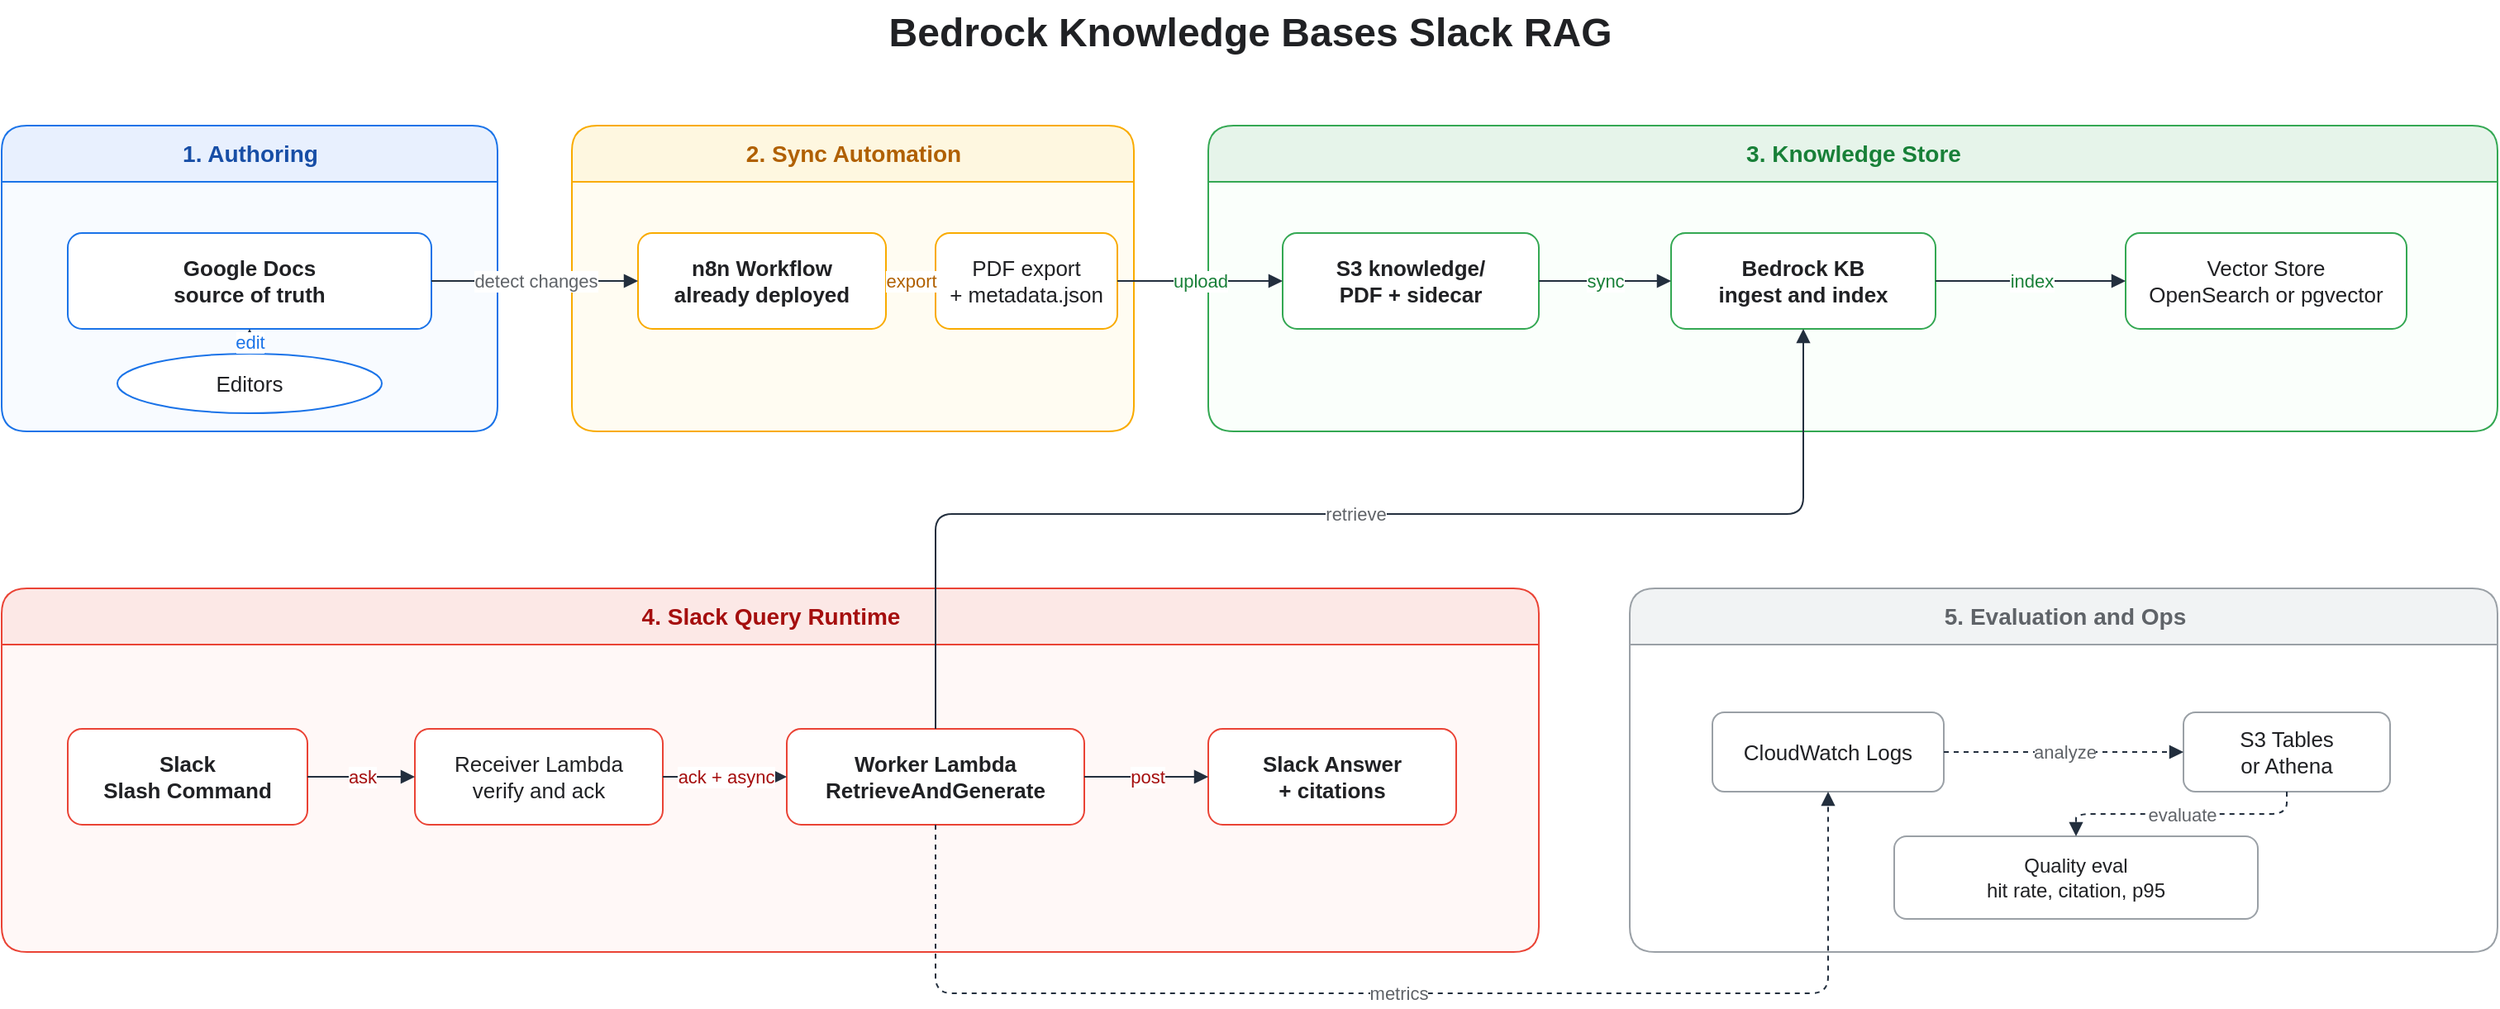
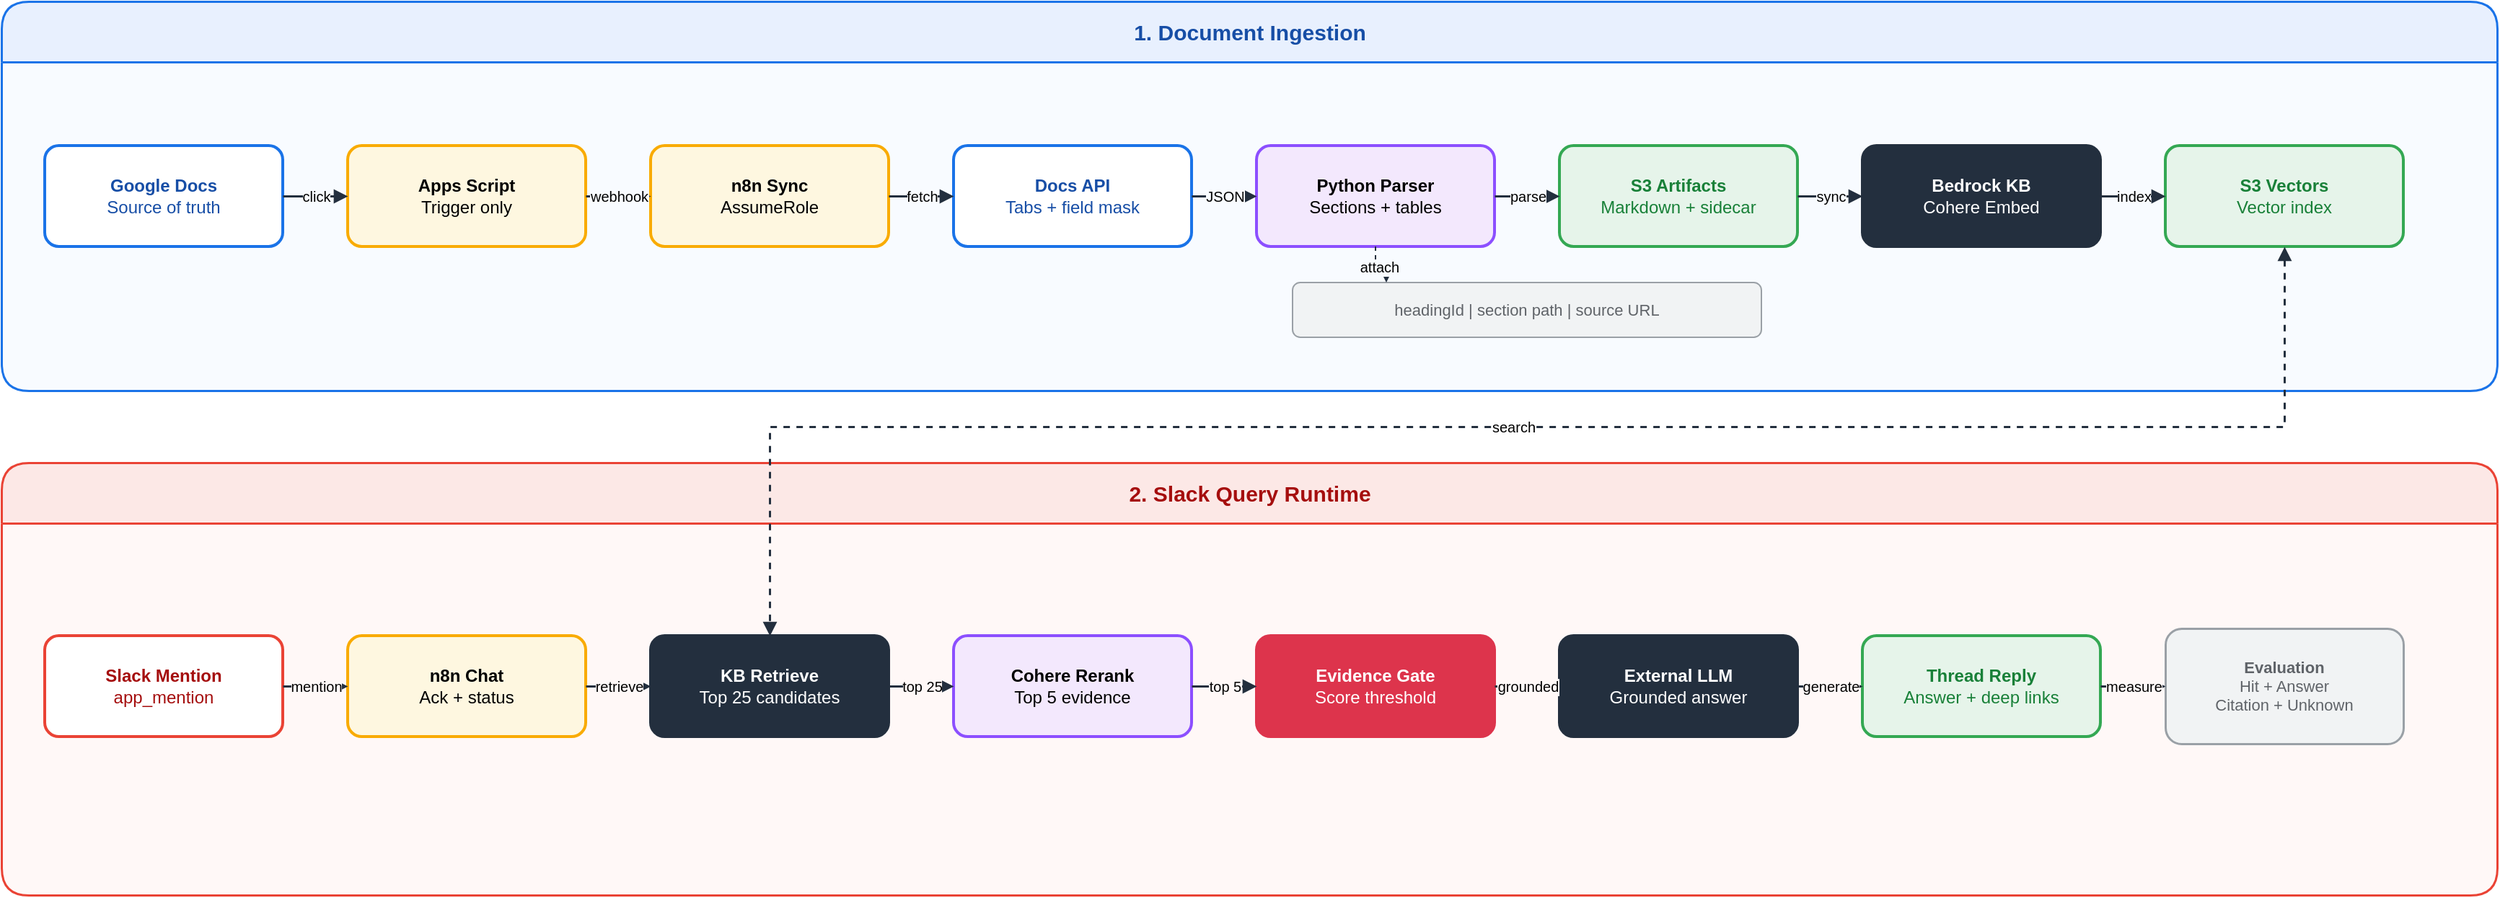
<mxfile host="app.diagrams.net">
  <diagram id="bedrock-slack-rag" name="Bedrock Slack RAG Architecture">
-     <mxGraphModel dx="1600" dy="760" grid="0" gridSize="10" guides="1" tooltips="1" connect="1" arrows="1" fold="1" page="1" pageScale="1" pageWidth="1600" pageHeight="760" math="0" shadow="0">
+     <mxGraphModel dx="1800" dy="730" grid="0" gridSize="10" guides="1" tooltips="1" connect="1" arrows="1" fold="1" page="1" pageScale="1" pageWidth="1800" pageHeight="730" math="0" shadow="0">
      <root>
        <mxCell id="0" />
        <mxCell id="1" parent="0" />
-         <mxCell id="title" value="Bedrock Knowledge Bases Slack RAG" style="text;html=1;strokeColor=none;fillColor=none;fontSize=24;fontStyle=1;fontColor=#202124;align=center;verticalAlign=middle;" vertex="1" parent="1">
-           <mxGeometry x="455" y="24" width="690" height="40" as="geometry" />
+         <mxCell id="ingestion-lane" value="&lt;font style=&quot;color: rgb(23, 78, 166);&quot;&gt;1. Document Ingestion&lt;/font&gt;" style="swimlane;html=1;rounded=1;startSize=42;fillColor=#E8F0FE;swimlaneFillColor=#F8FBFF;strokeColor=#1A73E8;strokeWidth=1.5;fontSize=15;fontStyle=1;fontColor=#174EA6;shadow=0;" vertex="1" parent="1">
+           <mxGeometry x="35" y="30" width="1730" height="270" as="geometry" />
        </mxCell>
-         <mxCell id="authoring" value="1. Authoring" style="swimlane;html=1;rounded=1;startSize=34;fillColor=#E8F0FE;swimlaneFillColor=#F8FBFF;strokeColor=#1A73E8;fontSize=14;fontStyle=1;fontColor=#174EA6;" vertex="1" parent="1">
-           <mxGeometry x="45" y="100" width="300" height="185" as="geometry" />
+         <mxCell id="query-lane" value="&lt;font style=&quot;color: rgb(165, 14, 14);&quot;&gt;2. Slack Query Runtime&lt;/font&gt;" style="swimlane;html=1;rounded=1;startSize=42;fillColor=#FCE8E6;swimlaneFillColor=#FFF8F7;strokeColor=#EA4335;strokeWidth=1.5;fontSize=15;fontStyle=1;fontColor=#A50E0E;shadow=0;" vertex="1" parent="1">
+           <mxGeometry x="35" y="350" width="1730" height="300" as="geometry" />
        </mxCell>
-         <mxCell id="sync" value="2. Sync Automation" style="swimlane;html=1;rounded=1;startSize=34;fillColor=#FEF7E0;swimlaneFillColor=#FFFCF2;strokeColor=#F9AB00;fontSize=14;fontStyle=1;fontColor=#B06000;" vertex="1" parent="1">
-           <mxGeometry x="390" y="100" width="340" height="185" as="geometry" />
-         </mxCell>
-         <mxCell id="kbgroup" value="3. Knowledge Store" style="swimlane;html=1;rounded=1;startSize=34;fillColor=#E6F4EA;swimlaneFillColor=#FAFFFB;strokeColor=#34A853;fontSize=14;fontStyle=1;fontColor=#188038;" vertex="1" parent="1">
-           <mxGeometry x="775" y="100" width="780" height="185" as="geometry" />
-         </mxCell>
-         <mxCell id="runtime" value="4. Slack Query Runtime" style="swimlane;html=1;rounded=1;startSize=34;fillColor=#FCE8E6;swimlaneFillColor=#FFF8F7;strokeColor=#EA4335;fontSize=14;fontStyle=1;fontColor=#A50E0E;" vertex="1" parent="1">
-           <mxGeometry x="45" y="380" width="930" height="220" as="geometry" />
-         </mxCell>
-         <mxCell id="ops" value="5. Evaluation and Ops" style="swimlane;html=1;rounded=1;startSize=34;fillColor=#F1F3F4;swimlaneFillColor=#FFFFFF;strokeColor=#9AA0A6;fontSize=14;fontStyle=1;fontColor=#5F6368;" vertex="1" parent="1">
-           <mxGeometry x="1030" y="380" width="525" height="220" as="geometry" />
-         </mxCell>
-         <mxCell id="docs" value="Google Docs&lt;br&gt;source of truth" style="rounded=1;whiteSpace=wrap;html=1;fillColor=#FFFFFF;strokeColor=#1A73E8;fontSize=13;fontColor=#202124;fontStyle=1;" vertex="1" parent="1">
-           <mxGeometry x="85" y="165" width="220" height="58" as="geometry" />
-         </mxCell>
-         <mxCell id="editors" value="Editors" style="ellipse;whiteSpace=wrap;html=1;fillColor=#FFFFFF;strokeColor=#1A73E8;fontSize=13;fontColor=#202124;" vertex="1" parent="1">
-           <mxGeometry x="115" y="238" width="160" height="36" as="geometry" />
-         </mxCell>
-         <mxCell id="n8n" value="n8n Workflow&lt;br&gt;already deployed" style="rounded=1;whiteSpace=wrap;html=1;fillColor=#FFFFFF;strokeColor=#F9AB00;fontSize=13;fontColor=#202124;fontStyle=1;" vertex="1" parent="1">
-           <mxGeometry x="430" y="165" width="150" height="58" as="geometry" />
-         </mxCell>
-         <mxCell id="pdf" value="PDF export&lt;br&gt;+ metadata.json" style="rounded=1;whiteSpace=wrap;html=1;fillColor=#FFFFFF;strokeColor=#F9AB00;fontSize=13;fontColor=#202124;" vertex="1" parent="1">
-           <mxGeometry x="610" y="165" width="110" height="58" as="geometry" />
-         </mxCell>
-         <mxCell id="s3" value="S3 knowledge/&lt;br&gt;PDF + sidecar" style="rounded=1;whiteSpace=wrap;html=1;fillColor=#FFFFFF;strokeColor=#34A853;fontSize=13;fontColor=#202124;fontStyle=1;" vertex="1" parent="1">
-           <mxGeometry x="820" y="165" width="155" height="58" as="geometry" />
-         </mxCell>
-         <mxCell id="bedrock" value="Bedrock KB&lt;br&gt;ingest and index" style="rounded=1;whiteSpace=wrap;html=1;fillColor=#FFFFFF;strokeColor=#34A853;fontSize=13;fontColor=#202124;fontStyle=1;" vertex="1" parent="1">
-           <mxGeometry x="1055" y="165" width="160" height="58" as="geometry" />
-         </mxCell>
-         <mxCell id="vector" value="Vector Store&lt;br&gt;OpenSearch or pgvector" style="rounded=1;whiteSpace=wrap;html=1;fillColor=#FFFFFF;strokeColor=#34A853;fontSize=13;fontColor=#202124;" vertex="1" parent="1">
-           <mxGeometry x="1330" y="165" width="170" height="58" as="geometry" />
-         </mxCell>
-         <mxCell id="slack_req" value="Slack&lt;br&gt;Slash Command" style="rounded=1;whiteSpace=wrap;html=1;fillColor=#FFFFFF;strokeColor=#EA4335;fontSize=13;fontColor=#202124;fontStyle=1;" vertex="1" parent="1">
-           <mxGeometry x="85" y="465" width="145" height="58" as="geometry" />
-         </mxCell>
-         <mxCell id="receiver" value="Receiver Lambda&lt;br&gt;verify and ack" style="rounded=1;whiteSpace=wrap;html=1;fillColor=#FFFFFF;strokeColor=#EA4335;fontSize=13;fontColor=#202124;" vertex="1" parent="1">
-           <mxGeometry x="295" y="465" width="150" height="58" as="geometry" />
-         </mxCell>
-         <mxCell id="worker" value="Worker Lambda&lt;br&gt;RetrieveAndGenerate" style="rounded=1;whiteSpace=wrap;html=1;fillColor=#FFFFFF;strokeColor=#EA4335;fontSize=13;fontColor=#202124;fontStyle=1;" vertex="1" parent="1">
-           <mxGeometry x="520" y="465" width="180" height="58" as="geometry" />
-         </mxCell>
-         <mxCell id="slack_answer" value="Slack Answer&lt;br&gt;+ citations" style="rounded=1;whiteSpace=wrap;html=1;fillColor=#FFFFFF;strokeColor=#EA4335;fontSize=13;fontColor=#202124;fontStyle=1;" vertex="1" parent="1">
-           <mxGeometry x="775" y="465" width="150" height="58" as="geometry" />
-         </mxCell>
-         <mxCell id="logs" value="CloudWatch Logs" style="rounded=1;whiteSpace=wrap;html=1;fillColor=#FFFFFF;strokeColor=#9AA0A6;fontSize=13;fontColor=#202124;" vertex="1" parent="1">
-           <mxGeometry x="1080" y="455" width="140" height="48" as="geometry" />
-         </mxCell>
-         <mxCell id="tables" value="S3 Tables&lt;br&gt;or Athena" style="rounded=1;whiteSpace=wrap;html=1;fillColor=#FFFFFF;strokeColor=#9AA0A6;fontSize=13;fontColor=#202124;" vertex="1" parent="1">
-           <mxGeometry x="1365" y="455" width="125" height="48" as="geometry" />
-         </mxCell>
-         <mxCell id="eval" value="Quality eval&lt;br&gt;hit rate, citation, p95" style="rounded=1;whiteSpace=wrap;html=1;fillColor=#FFFFFF;strokeColor=#9AA0A6;fontSize=12;fontColor=#202124;" vertex="1" parent="1">
-           <mxGeometry x="1190" y="530" width="220" height="50" as="geometry" />
-         </mxCell>
-         <mxCell id="e1" value="edit" style="edgeStyle=orthogonalEdgeStyle;rounded=1;html=1;endArrow=block;strokeColor=#232F3E;fontColor=#1A73E8;fontSize=11;labelBackgroundColor=#FFFFFF;" edge="1" parent="1" source="editors" target="docs"><mxGeometry relative="1" as="geometry" /></mxCell>
-         <mxCell id="e2" value="detect changes" style="edgeStyle=orthogonalEdgeStyle;rounded=1;html=1;endArrow=block;strokeColor=#232F3E;fontColor=#5F6368;fontSize=11;labelBackgroundColor=#FFFFFF;" edge="1" parent="1" source="docs" target="n8n"><mxGeometry relative="1" as="geometry" /></mxCell>
-         <mxCell id="e3" value="export" style="edgeStyle=orthogonalEdgeStyle;rounded=1;html=1;endArrow=block;strokeColor=#232F3E;fontColor=#B06000;fontSize=11;labelBackgroundColor=#FFFFFF;" edge="1" parent="1" source="n8n" target="pdf"><mxGeometry relative="1" as="geometry" /></mxCell>
-         <mxCell id="e4" value="upload" style="edgeStyle=orthogonalEdgeStyle;rounded=1;html=1;endArrow=block;strokeColor=#232F3E;fontColor=#188038;fontSize=11;labelBackgroundColor=#FFFFFF;" edge="1" parent="1" source="pdf" target="s3"><mxGeometry relative="1" as="geometry" /></mxCell>
-         <mxCell id="e5" value="sync" style="edgeStyle=orthogonalEdgeStyle;rounded=1;html=1;endArrow=block;strokeColor=#232F3E;fontColor=#188038;fontSize=11;labelBackgroundColor=#FFFFFF;" edge="1" parent="1" source="s3" target="bedrock"><mxGeometry relative="1" as="geometry" /></mxCell>
-         <mxCell id="e6" value="index" style="edgeStyle=orthogonalEdgeStyle;rounded=1;html=1;endArrow=block;strokeColor=#232F3E;fontColor=#188038;fontSize=11;labelBackgroundColor=#FFFFFF;" edge="1" parent="1" source="bedrock" target="vector"><mxGeometry relative="1" as="geometry" /></mxCell>
-         <mxCell id="e7" value="ask" style="edgeStyle=orthogonalEdgeStyle;rounded=1;html=1;endArrow=block;strokeColor=#232F3E;fontColor=#A50E0E;fontSize=11;labelBackgroundColor=#FFFFFF;" edge="1" parent="1" source="slack_req" target="receiver"><mxGeometry relative="1" as="geometry" /></mxCell>
-         <mxCell id="e8" value="ack + async" style="edgeStyle=orthogonalEdgeStyle;rounded=1;html=1;endArrow=block;strokeColor=#232F3E;fontColor=#A50E0E;fontSize=11;labelBackgroundColor=#FFFFFF;" edge="1" parent="1" source="receiver" target="worker"><mxGeometry relative="1" as="geometry" /></mxCell>
-         <mxCell id="e9" value="retrieve" style="edgeStyle=orthogonalEdgeStyle;rounded=1;html=1;endArrow=block;strokeColor=#232F3E;fontColor=#5F6368;fontSize=11;labelBackgroundColor=#FFFFFF;" edge="1" parent="1" source="worker" target="bedrock"><mxGeometry relative="1" as="geometry"><Array as="points"><mxPoint x="610" y="335"/><mxPoint x="1135" y="335"/></Array></mxGeometry></mxCell>
-         <mxCell id="e10" value="post" style="edgeStyle=orthogonalEdgeStyle;rounded=1;html=1;endArrow=block;strokeColor=#232F3E;fontColor=#A50E0E;fontSize=11;labelBackgroundColor=#FFFFFF;" edge="1" parent="1" source="worker" target="slack_answer"><mxGeometry relative="1" as="geometry" /></mxCell>
-         <mxCell id="e11" value="metrics" style="edgeStyle=orthogonalEdgeStyle;rounded=1;html=1;endArrow=block;dashed=1;strokeColor=#232F3E;fontColor=#5F6368;fontSize=11;labelBackgroundColor=#FFFFFF;" edge="1" parent="1" source="worker" target="logs"><mxGeometry relative="1" as="geometry"><Array as="points"><mxPoint x="610" y="625"/><mxPoint x="1150" y="625"/></Array></mxGeometry></mxCell>
-         <mxCell id="e12" value="analyze" style="edgeStyle=orthogonalEdgeStyle;rounded=1;html=1;endArrow=block;dashed=1;strokeColor=#232F3E;fontColor=#5F6368;fontSize=11;labelBackgroundColor=#FFFFFF;" edge="1" parent="1" source="logs" target="tables"><mxGeometry relative="1" as="geometry" /></mxCell>
-         <mxCell id="e13" value="evaluate" style="edgeStyle=orthogonalEdgeStyle;rounded=1;html=1;endArrow=block;dashed=1;strokeColor=#232F3E;fontColor=#5F6368;fontSize=11;labelBackgroundColor=#FFFFFF;" edge="1" parent="1" source="tables" target="eval"><mxGeometry relative="1" as="geometry" /></mxCell>
+         <mxCell id="google-docs" value="&lt;font style=&quot;color: rgb(23, 78, 166);&quot;&gt;&lt;b&gt;Google Docs&lt;/b&gt;&lt;br&gt;Source of truth&lt;/font&gt;" style="rounded=1;arcSize=14;whiteSpace=wrap;html=1;fillColor=#FFFFFF;strokeColor=#1A73E8;strokeWidth=2;fontSize=12;fontColor=#174EA6;shadow=0;" vertex="1" parent="1"><mxGeometry x="65" y="130" width="165" height="70" as="geometry" /></mxCell>
+         <mxCell id="apps-script" value="&lt;font style=&quot;color: rgb(0, 0, 0);&quot;&gt;&lt;b&gt;Apps Script&lt;/b&gt;&lt;br&gt;Trigger only&lt;/font&gt;" style="rounded=1;arcSize=14;whiteSpace=wrap;html=1;fillColor=#FEF7E0;strokeColor=#F9AB00;strokeWidth=2;fontSize=12;fontColor=#000000;shadow=0;" vertex="1" parent="1"><mxGeometry x="275" y="130" width="165" height="70" as="geometry" /></mxCell>
+         <mxCell id="n8n-sync" value="&lt;font style=&quot;color: rgb(0, 0, 0);&quot;&gt;&lt;b&gt;n8n Sync&lt;/b&gt;&lt;br&gt;AssumeRole&lt;/font&gt;" style="rounded=1;arcSize=14;whiteSpace=wrap;html=1;fillColor=#FEF7E0;strokeColor=#F9AB00;strokeWidth=2;fontSize=12;fontColor=#000000;shadow=0;" vertex="1" parent="1"><mxGeometry x="485" y="130" width="165" height="70" as="geometry" /></mxCell>
+         <mxCell id="docs-api" value="&lt;font style=&quot;color: rgb(23, 78, 166);&quot;&gt;&lt;b&gt;Docs API&lt;/b&gt;&lt;br&gt;Tabs + field mask&lt;/font&gt;" style="rounded=1;arcSize=14;whiteSpace=wrap;html=1;fillColor=#FFFFFF;strokeColor=#1A73E8;strokeWidth=2;fontSize=12;fontColor=#174EA6;shadow=0;" vertex="1" parent="1"><mxGeometry x="695" y="130" width="165" height="70" as="geometry" /></mxCell>
+         <mxCell id="python-parser" value="&lt;font style=&quot;color: rgb(0, 0, 0);&quot;&gt;&lt;b&gt;Python Parser&lt;/b&gt;&lt;br&gt;Sections + tables&lt;/font&gt;" style="rounded=1;arcSize=14;whiteSpace=wrap;html=1;fillColor=#F3E8FD;strokeColor=#8C4FFF;strokeWidth=2;fontSize=12;fontColor=#000000;shadow=0;" vertex="1" parent="1"><mxGeometry x="905" y="130" width="165" height="70" as="geometry" /></mxCell>
+         <mxCell id="s3-artifacts" value="&lt;font style=&quot;color: rgb(24, 128, 56);&quot;&gt;&lt;b&gt;S3 Artifacts&lt;/b&gt;&lt;br&gt;Markdown + sidecar&lt;/font&gt;" style="rounded=1;arcSize=14;whiteSpace=wrap;html=1;fillColor=#E6F4EA;strokeColor=#34A853;strokeWidth=2;fontSize=12;fontColor=#188038;shadow=0;" vertex="1" parent="1"><mxGeometry x="1115" y="130" width="165" height="70" as="geometry" /></mxCell>
+         <mxCell id="bedrock-kb" value="&lt;font style=&quot;color: rgb(255, 255, 255);&quot;&gt;&lt;b&gt;Bedrock KB&lt;/b&gt;&lt;br&gt;Cohere Embed&lt;/font&gt;" style="rounded=1;arcSize=14;whiteSpace=wrap;html=1;fillColor=#232F3E;strokeColor=#232F3E;strokeWidth=2;fontSize=12;fontColor=#FFFFFF;shadow=0;" vertex="1" parent="1"><mxGeometry x="1325" y="130" width="165" height="70" as="geometry" /></mxCell>
+         <mxCell id="s3-vectors" value="&lt;font style=&quot;color: rgb(24, 128, 56);&quot;&gt;&lt;b&gt;S3 Vectors&lt;/b&gt;&lt;br&gt;Vector index&lt;/font&gt;" style="rounded=1;arcSize=14;whiteSpace=wrap;html=1;fillColor=#E6F4EA;strokeColor=#34A853;strokeWidth=2;fontSize=12;fontColor=#188038;shadow=0;" vertex="1" parent="1"><mxGeometry x="1535" y="130" width="165" height="70" as="geometry" /></mxCell>
+         <mxCell id="citation-metadata" value="&lt;font style=&quot;color: rgb(95, 99, 104);&quot;&gt;headingId | section path | source URL&lt;/font&gt;" style="rounded=1;arcSize=14;whiteSpace=wrap;html=1;fillColor=#F1F3F4;strokeColor=#9AA0A6;strokeWidth=1;fontSize=11;fontColor=#5F6368;shadow=0;" vertex="1" parent="1"><mxGeometry x="930" y="225" width="325" height="38" as="geometry" /></mxCell>
+         <mxCell id="slack-mention" value="&lt;font style=&quot;color: rgb(165, 14, 14);&quot;&gt;&lt;b&gt;Slack Mention&lt;/b&gt;&lt;br&gt;app_mention&lt;/font&gt;" style="rounded=1;arcSize=14;whiteSpace=wrap;html=1;fillColor=#FFFFFF;strokeColor=#EA4335;strokeWidth=2;fontSize=12;fontColor=#A50E0E;shadow=0;" vertex="1" parent="1"><mxGeometry x="65" y="470" width="165" height="70" as="geometry" /></mxCell>
+         <mxCell id="n8n-chat" value="&lt;font style=&quot;color: rgb(0, 0, 0);&quot;&gt;&lt;b&gt;n8n Chat&lt;/b&gt;&lt;br&gt;Ack + status&lt;/font&gt;" style="rounded=1;arcSize=14;whiteSpace=wrap;html=1;fillColor=#FEF7E0;strokeColor=#F9AB00;strokeWidth=2;fontSize=12;fontColor=#000000;shadow=0;" vertex="1" parent="1"><mxGeometry x="275" y="470" width="165" height="70" as="geometry" /></mxCell>
+         <mxCell id="kb-retrieve" value="&lt;font style=&quot;color: rgb(255, 255, 255);&quot;&gt;&lt;b&gt;KB Retrieve&lt;/b&gt;&lt;br&gt;Top 25 candidates&lt;/font&gt;" style="rounded=1;arcSize=14;whiteSpace=wrap;html=1;fillColor=#232F3E;strokeColor=#232F3E;strokeWidth=2;fontSize=12;fontColor=#FFFFFF;shadow=0;" vertex="1" parent="1"><mxGeometry x="485" y="470" width="165" height="70" as="geometry" /></mxCell>
+         <mxCell id="cohere-rerank" value="&lt;font style=&quot;color: rgb(0, 0, 0);&quot;&gt;&lt;b&gt;Cohere Rerank&lt;/b&gt;&lt;br&gt;Top 5 evidence&lt;/font&gt;" style="rounded=1;arcSize=14;whiteSpace=wrap;html=1;fillColor=#F3E8FD;strokeColor=#8C4FFF;strokeWidth=2;fontSize=12;fontColor=#000000;shadow=0;" vertex="1" parent="1"><mxGeometry x="695" y="470" width="165" height="70" as="geometry" /></mxCell>
+         <mxCell id="evidence-gate" value="&lt;font style=&quot;color: rgb(255, 255, 255);&quot;&gt;&lt;b&gt;Evidence Gate&lt;/b&gt;&lt;br&gt;Score threshold&lt;/font&gt;" style="rounded=1;arcSize=14;whiteSpace=wrap;html=1;fillColor=#DD344C;strokeColor=#DD344C;strokeWidth=2;fontSize=12;fontColor=#FFFFFF;shadow=0;" vertex="1" parent="1"><mxGeometry x="905" y="470" width="165" height="70" as="geometry" /></mxCell>
+         <mxCell id="external-llm" value="&lt;font style=&quot;color: rgb(255, 255, 255);&quot;&gt;&lt;b&gt;External LLM&lt;/b&gt;&lt;br&gt;Grounded answer&lt;/font&gt;" style="rounded=1;arcSize=14;whiteSpace=wrap;html=1;fillColor=#232F3E;strokeColor=#232F3E;strokeWidth=2;fontSize=12;fontColor=#FFFFFF;shadow=0;" vertex="1" parent="1"><mxGeometry x="1115" y="470" width="165" height="70" as="geometry" /></mxCell>
+         <mxCell id="thread-reply" value="&lt;font style=&quot;color: rgb(24, 128, 56);&quot;&gt;&lt;b&gt;Thread Reply&lt;/b&gt;&lt;br&gt;Answer + deep links&lt;/font&gt;" style="rounded=1;arcSize=14;whiteSpace=wrap;html=1;fillColor=#E6F4EA;strokeColor=#34A853;strokeWidth=2;fontSize=12;fontColor=#188038;shadow=0;" vertex="1" parent="1"><mxGeometry x="1325" y="470" width="165" height="70" as="geometry" /></mxCell>
+         <mxCell id="evaluation" value="&lt;font style=&quot;color: rgb(95, 99, 104);&quot;&gt;&lt;b&gt;Evaluation&lt;/b&gt;&lt;br&gt;Hit + Answer&lt;br&gt;Citation + Unknown&lt;/font&gt;" style="rounded=1;arcSize=14;whiteSpace=wrap;html=1;fillColor=#F1F3F4;strokeColor=#9AA0A6;strokeWidth=1.5;fontSize=11;fontColor=#5F6368;shadow=0;" vertex="1" parent="1"><mxGeometry x="1535" y="465" width="165" height="80" as="geometry" /></mxCell>
+         <mxCell id="ingest-trigger" value="click" style="edgeStyle=orthogonalEdgeStyle;rounded=0;html=1;endArrow=block;strokeColor=#232F3E;strokeWidth=1.5;fontSize=10;fontColor=#000000;labelBackgroundColor=#F8FBFF;" edge="1" parent="1" source="google-docs" target="apps-script"><mxGeometry relative="1" as="geometry" /></mxCell>
+         <mxCell id="ingest-webhook" value="webhook" style="edgeStyle=orthogonalEdgeStyle;rounded=0;html=1;endArrow=block;strokeColor=#232F3E;strokeWidth=1.5;fontSize=10;fontColor=#000000;labelBackgroundColor=#F8FBFF;" edge="1" parent="1" source="apps-script" target="n8n-sync"><mxGeometry relative="1" as="geometry" /></mxCell>
+         <mxCell id="ingest-fetch" value="fetch" style="edgeStyle=orthogonalEdgeStyle;rounded=0;html=1;endArrow=block;strokeColor=#232F3E;strokeWidth=1.5;fontSize=10;fontColor=#000000;labelBackgroundColor=#F8FBFF;" edge="1" parent="1" source="n8n-sync" target="docs-api"><mxGeometry relative="1" as="geometry" /></mxCell>
+         <mxCell id="ingest-json" value="JSON" style="edgeStyle=orthogonalEdgeStyle;rounded=0;html=1;endArrow=block;strokeColor=#232F3E;strokeWidth=1.5;fontSize=10;fontColor=#000000;labelBackgroundColor=#F8FBFF;" edge="1" parent="1" source="docs-api" target="python-parser"><mxGeometry relative="1" as="geometry" /></mxCell>
+         <mxCell id="ingest-parse" value="parse" style="edgeStyle=orthogonalEdgeStyle;rounded=0;html=1;endArrow=block;strokeColor=#232F3E;strokeWidth=1.5;fontSize=10;fontColor=#000000;labelBackgroundColor=#F8FBFF;" edge="1" parent="1" source="python-parser" target="s3-artifacts"><mxGeometry relative="1" as="geometry" /></mxCell>
+         <mxCell id="ingest-sync" value="sync" style="edgeStyle=orthogonalEdgeStyle;rounded=0;html=1;endArrow=block;strokeColor=#232F3E;strokeWidth=1.5;fontSize=10;fontColor=#000000;labelBackgroundColor=#F8FBFF;" edge="1" parent="1" source="s3-artifacts" target="bedrock-kb"><mxGeometry relative="1" as="geometry" /></mxCell>
+         <mxCell id="ingest-index" value="index" style="edgeStyle=orthogonalEdgeStyle;rounded=0;html=1;endArrow=block;strokeColor=#232F3E;strokeWidth=1.5;fontSize=10;fontColor=#000000;labelBackgroundColor=#F8FBFF;" edge="1" parent="1" source="bedrock-kb" target="s3-vectors"><mxGeometry relative="1" as="geometry" /></mxCell>
+         <mxCell id="metadata-output" value="attach" style="edgeStyle=orthogonalEdgeStyle;rounded=0;html=1;endArrow=block;dashed=1;strokeColor=#232F3E;strokeWidth=1;fontSize=10;fontColor=#000000;labelBackgroundColor=#F8FBFF;exitX=0.5;exitY=1;entryX=0.2;entryY=0;" edge="1" parent="1" source="python-parser" target="citation-metadata"><mxGeometry relative="1" as="geometry"><Array as="points"><mxPoint x="987" y="214"/><mxPoint x="995" y="214"/></Array></mxGeometry></mxCell>
+         <mxCell id="query-mention" value="mention" style="edgeStyle=orthogonalEdgeStyle;rounded=0;html=1;endArrow=block;strokeColor=#232F3E;strokeWidth=1.5;fontSize=10;fontColor=#000000;labelBackgroundColor=#FFF8F7;" edge="1" parent="1" source="slack-mention" target="n8n-chat"><mxGeometry relative="1" as="geometry" /></mxCell>
+         <mxCell id="query-retrieve" value="retrieve" style="edgeStyle=orthogonalEdgeStyle;rounded=0;html=1;endArrow=block;strokeColor=#232F3E;strokeWidth=1.5;fontSize=10;fontColor=#000000;labelBackgroundColor=#FFF8F7;" edge="1" parent="1" source="n8n-chat" target="kb-retrieve"><mxGeometry relative="1" as="geometry" /></mxCell>
+         <mxCell id="query-rerank" value="top 25" style="edgeStyle=orthogonalEdgeStyle;rounded=0;html=1;endArrow=block;strokeColor=#232F3E;strokeWidth=1.5;fontSize=10;fontColor=#000000;labelBackgroundColor=#FFF8F7;" edge="1" parent="1" source="kb-retrieve" target="cohere-rerank"><mxGeometry relative="1" as="geometry" /></mxCell>
+         <mxCell id="query-gate" value="top 5" style="edgeStyle=orthogonalEdgeStyle;rounded=0;html=1;endArrow=block;strokeColor=#232F3E;strokeWidth=1.5;fontSize=10;fontColor=#000000;labelBackgroundColor=#FFF8F7;" edge="1" parent="1" source="cohere-rerank" target="evidence-gate"><mxGeometry relative="1" as="geometry" /></mxCell>
+         <mxCell id="query-generate" value="grounded" style="edgeStyle=orthogonalEdgeStyle;rounded=0;html=1;endArrow=block;strokeColor=#232F3E;strokeWidth=1.5;fontSize=10;fontColor=#000000;labelBackgroundColor=#FFF8F7;" edge="1" parent="1" source="evidence-gate" target="external-llm"><mxGeometry relative="1" as="geometry" /></mxCell>
+         <mxCell id="query-reply" value="generate" style="edgeStyle=orthogonalEdgeStyle;rounded=0;html=1;endArrow=block;strokeColor=#232F3E;strokeWidth=1.5;fontSize=10;fontColor=#000000;labelBackgroundColor=#FFF8F7;" edge="1" parent="1" source="external-llm" target="thread-reply"><mxGeometry relative="1" as="geometry" /></mxCell>
+         <mxCell id="query-evaluate" value="measure" style="edgeStyle=orthogonalEdgeStyle;rounded=0;html=1;endArrow=block;dashed=1;strokeColor=#232F3E;strokeWidth=1.5;fontSize=10;fontColor=#000000;labelBackgroundColor=#FFF8F7;" edge="1" parent="1" source="thread-reply" target="evaluation"><mxGeometry relative="1" as="geometry" /></mxCell>
+         <mxCell id="vector-query" value="search" style="edgeStyle=orthogonalEdgeStyle;rounded=0;html=1;startArrow=block;endArrow=block;dashed=1;strokeColor=#232F3E;strokeWidth=1.5;fontSize=10;fontColor=#000000;labelBackgroundColor=#FFFFFF;exitX=0.5;exitY=1;entryX=0.5;entryY=0;" edge="1" parent="1" source="s3-vectors" target="kb-retrieve"><mxGeometry relative="1" as="geometry"><Array as="points"><mxPoint x="1617" y="325"/><mxPoint x="567" y="325"/></Array></mxGeometry></mxCell>
      </root>
    </mxGraphModel>
  </diagram>
</mxfile>
